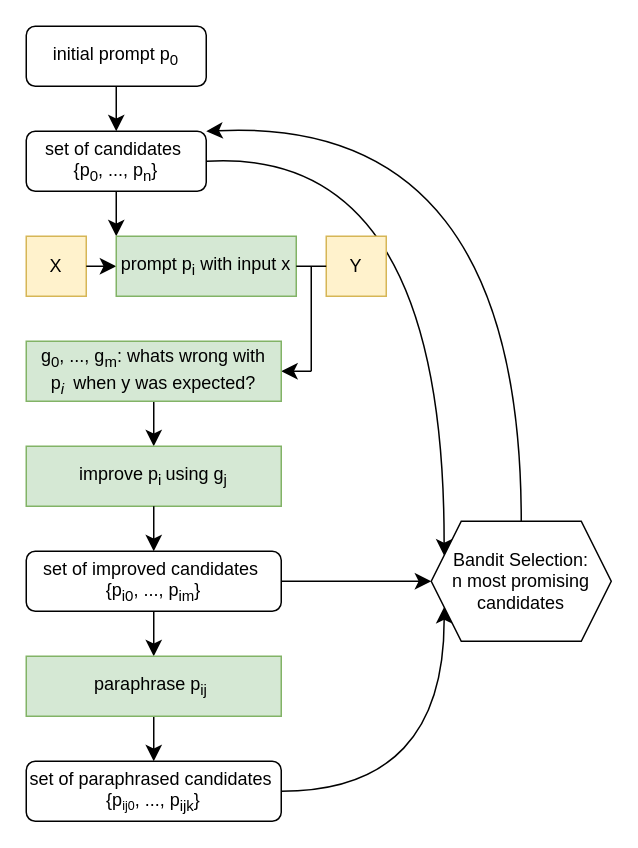
Above: 01_Proposal/Document/graphics/gradient_descent.drawio in DanielDango/LiSSA-RATLR (draw.io), before the change. Source tidied: cells renumbered, new cells numbered last; positions are measured from the earlier drawing's top-left corner, leaving out a move shared by most shapes. Both pictures are drawn from the tidied source at 150%, with x=0, y=0 at pixel (26, 26).
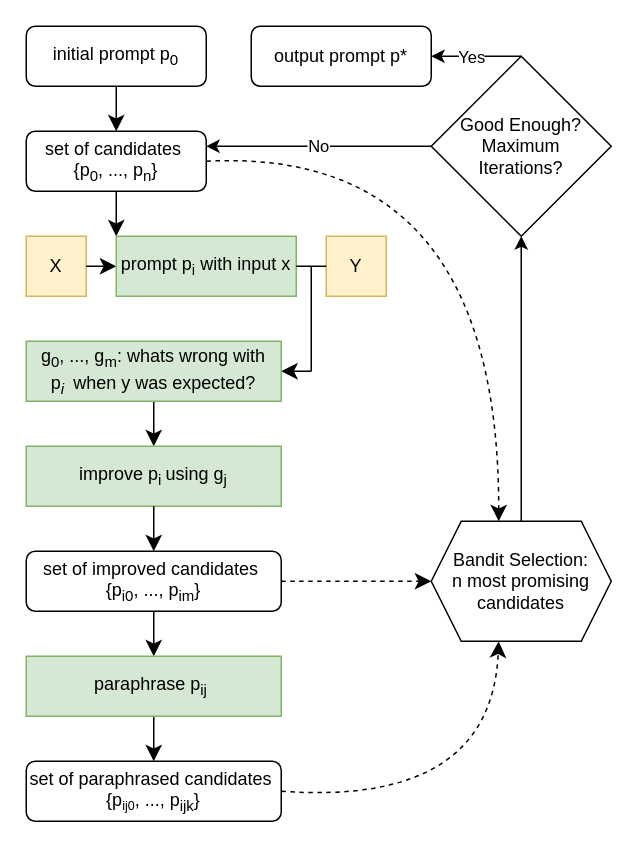
The same page after the edit.

Unchanged cells that the change refers to:
```xml
<mxCell id="3" value="set of candidates&amp;nbsp;&lt;div&gt;{p&lt;sub&gt;0&lt;/sub&gt;, ..., p&lt;sub&gt;n&lt;/sub&gt;}&lt;/div&gt;" style="rounded=1;whiteSpace=wrap;html=1;fontSize=12;glass=0;strokeWidth=1;shadow=0;" parent="1" vertex="1">
  <mxGeometry y="70" width="120" height="40" as="geometry" />
</mxCell>
<mxCell id="18" value="set of improved candidates&amp;nbsp;&lt;div&gt;{p&lt;sub&gt;i0&lt;/sub&gt;, ..., p&lt;sub&gt;im&lt;/sub&gt;}&lt;/div&gt;" style="rounded=1;whiteSpace=wrap;html=1;fontSize=12;glass=0;strokeWidth=1;shadow=0;" parent="1" vertex="1">
  <mxGeometry y="350" width="170" height="40" as="geometry" />
</mxCell>
<mxCell id="22" value="set of paraphrased candidates&amp;nbsp;&lt;div&gt;{p&lt;span style=&quot;font-size: 10px;&quot;&gt;&lt;sub&gt;ij0&lt;/sub&gt;&lt;/span&gt;, ..., p&lt;sub&gt;ijk&lt;/sub&gt;}&lt;/div&gt;" style="rounded=1;whiteSpace=wrap;html=1;fontSize=12;glass=0;strokeWidth=1;shadow=0;" parent="1" vertex="1">
  <mxGeometry y="490" width="170" height="40" as="geometry" />
</mxCell>
<mxCell id="24" value="Bandit Selection:&lt;br&gt;n most promising candidates" style="shape=hexagon;perimeter=hexagonPerimeter2;whiteSpace=wrap;html=1;fixedSize=1;" parent="1" vertex="1">
  <mxGeometry x="270" y="330" width="120" height="80" as="geometry" />
</mxCell>
```

The edit, as a diff of the source:
```diff
@@
-    <mxCell id="2" style="edgeStyle=none;curved=1;rounded=0;jettySize=auto;html=1;exitX=1;exitY=0.5;exitDx=0;exitDy=0;entryX=0;entryY=0.25;entryDx=0;entryDy=0;fontSize=12;startSize=8;endSize=8;" parent="1" edge="1" source="3" target="24">
+    <mxCell id="2" style="edgeStyle=none;curved=1;rounded=0;jettySize=auto;html=1;exitX=1;exitY=0.5;exitDx=0;exitDy=0;entryX=0.375;entryY=0;entryDx=0;entryDy=0;fontSize=12;startSize=8;endSize=8;dashed=1;" parent="1" edge="1" source="3" target="24">
       <mxGeometry relative="1" as="geometry">
         <Array as="points">
-          <mxPoint x="279" y="80" />
+          <mxPoint x="315" y="80" />
         </Array>
       </mxGeometry>
     </mxCell>
@@
-    <mxCell id="17" style="edgeStyle=none;curved=1;rounded=0;jettySize=auto;html=1;exitX=1;exitY=0.5;exitDx=0;exitDy=0;entryX=0;entryY=0.5;entryDx=0;entryDy=0;fontSize=12;startSize=8;endSize=8;" parent="1" edge="1" source="18" target="24">
+    <mxCell id="17" style="edgeStyle=none;curved=1;rounded=0;jettySize=auto;html=1;exitX=1;exitY=0.5;exitDx=0;exitDy=0;entryX=0;entryY=0.5;entryDx=0;entryDy=0;fontSize=12;startSize=8;endSize=8;dashed=1;" parent="1" edge="1" source="18" target="24">
       <mxGeometry relative="1" as="geometry" />
     </mxCell>
@@
-    <mxCell id="23" style="edgeStyle=none;curved=1;rounded=0;jettySize=auto;html=1;exitX=0.5;exitY=0;exitDx=0;exitDy=0;entryX=1;entryY=0;entryDx=0;entryDy=0;fontSize=12;startSize=8;endSize=8;" parent="1" edge="1" source="24" target="3">
-      <mxGeometry relative="1" as="geometry">
-        <Array as="points">
-          <mxPoint x="330" y="60" />
-        </Array>
-      </mxGeometry>
-    </mxCell>
+    <mxCell id="27" style="edgeStyle=orthogonalEdgeStyle;rounded=0;jettySize=auto;html=1;exitX=0.5;exitY=0;exitDx=0;exitDy=0;entryX=0.5;entryY=1;entryDx=0;entryDy=0;" parent="1" edge="1" source="24" target="29">
+      <mxGeometry relative="1" as="geometry" />
+    </mxCell>
@@
-    <mxCell id="25" style="endArrow=classic;html=1;rounded=0;fontSize=12;startSize=8;endSize=8;curved=1;exitX=1;exitY=0.5;exitDx=0;exitDy=0;entryX=0;entryY=0.75;entryDx=0;entryDy=0;" parent="1" edge="1" source="22" target="24">
+    <mxCell id="25" style="endArrow=classic;html=1;rounded=0;fontSize=12;startSize=8;endSize=8;curved=1;exitX=1;exitY=0.5;exitDx=0;exitDy=0;entryX=0.375;entryY=1;entryDx=0;entryDy=0;dashed=1;" parent="1" edge="1" source="22" target="24">
       <mxGeometry relative="1" as="geometry">
         <Array as="points">
-          <mxPoint x="279" y="510" />
+          <mxPoint x="310" y="520" />
         </Array>
       </mxGeometry>
     </mxCell>
@@
+    <mxCell id="28" value="No" style="endArrow=classic;html=1;rounded=0;entryX=1;entryY=0.25;entryDx=0;entryDy=0;curved=0;" parent="1" edge="1" source="29" target="3">
+      <mxGeometry relative="1" as="geometry" />
+    </mxCell>
+    <mxCell id="29" value="Good Enough?&lt;div&gt;Maximum &lt;br&gt;Iterations?&lt;/div&gt;" style="rhombus;whiteSpace=wrap;html=1;" parent="1" vertex="1">
+      <mxGeometry x="270" y="20" width="120" height="120" as="geometry" />
+    </mxCell>
+    <mxCell id="30" value="output prompt p*" style="rounded=1;whiteSpace=wrap;html=1;fontSize=12;glass=0;strokeWidth=1;shadow=0;" parent="1" vertex="1">
+      <mxGeometry x="150" width="120" height="40" as="geometry" />
+    </mxCell>
+    <mxCell id="31" style="endArrow=classic;html=1;rounded=0;entryX=1;entryY=0.5;entryDx=0;entryDy=0;exitX=0.5;exitY=0;exitDx=0;exitDy=0;" parent="1" edge="1" source="29" target="30">
+      <mxGeometry relative="1" as="geometry" />
+    </mxCell>
+    <mxCell id="32" value="Yes" style="edgeLabel;html=1;align=center;verticalAlign=middle;" parent="31" vertex="1">
+      <mxGeometry x="0.13" relative="1" as="geometry" />
+    </mxCell>
```
